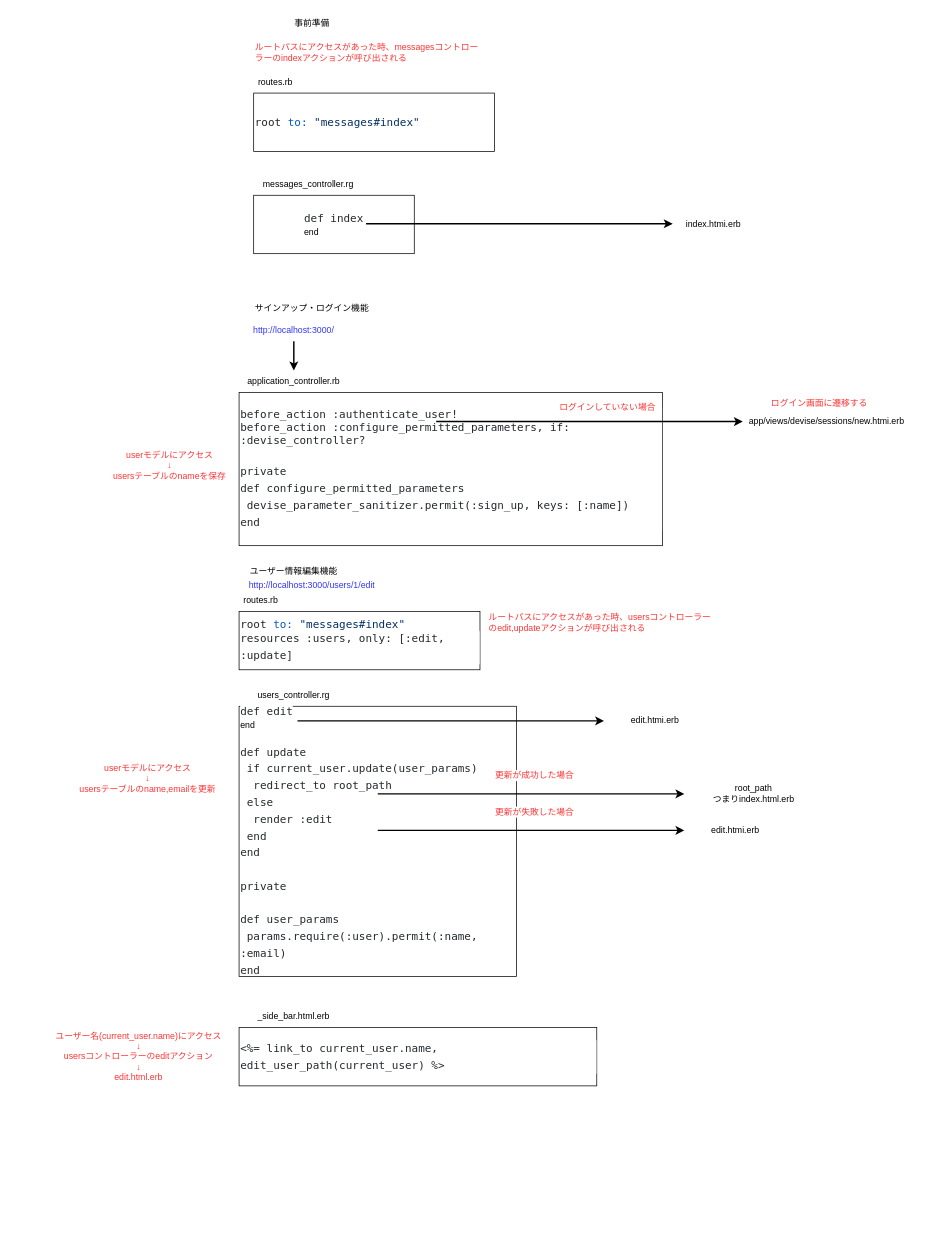
This is .dio from naoto7010code/chat-app3, a draw.io file, before an edit. Source tidied: cells renumbered, new cells numbered last; positions are measured from the earlier drawing's top-left corner, leaving out a move shared by most shapes. Both pictures are drawn from the tidied source at 73%, with x=0, y=0 at pixel (38, 12).
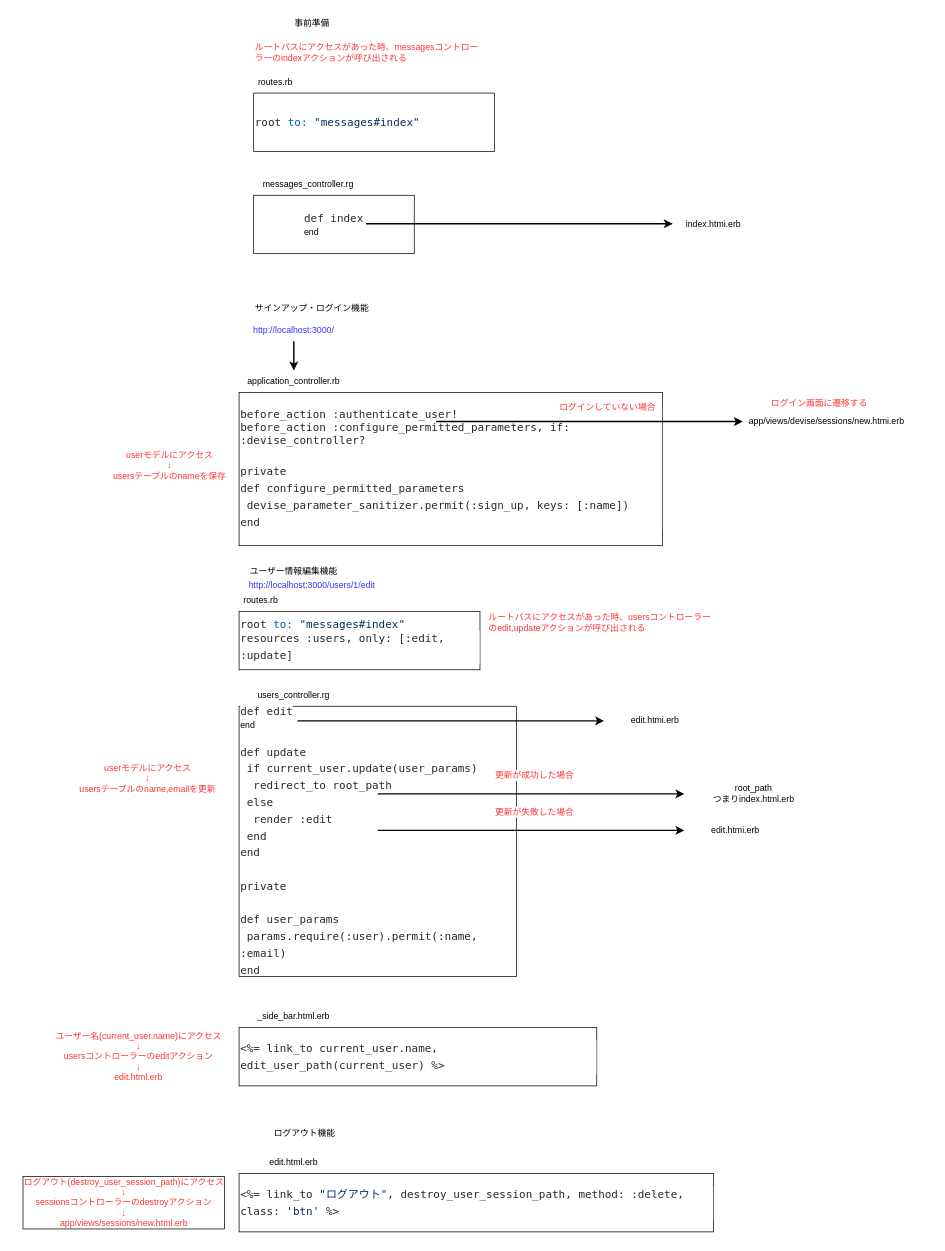
After the change.

Commit message (it also covers changes not shown here):
ログアウト機能の実装

The edit, as a diff of the source:
```diff
@@
+    <mxCell id="39" value="&lt;div style=&quot;color: rgb(36 , 41 , 46) ; background-color: rgb(255 , 255 , 255) ; font-family: &amp;#34;ricty diminished&amp;#34; , &amp;#34;menlo&amp;#34; , &amp;#34;monaco&amp;#34; , &amp;#34;courier new&amp;#34; , monospace ; font-size: 15px ; line-height: 23px&quot;&gt;&lt;div style=&quot;font-family: &amp;#34;ricty diminished&amp;#34; , &amp;#34;menlo&amp;#34; , &amp;#34;monaco&amp;#34; , &amp;#34;courier new&amp;#34; , monospace ; line-height: 23px&quot;&gt;&amp;lt;%= link_to &lt;span style=&quot;color: #032f62&quot;&gt;&quot;ログアウト&quot;&lt;/span&gt;, destroy_user_session_path, method: :delete, class: &lt;span style=&quot;color: #032f62&quot;&gt;'btn'&lt;/span&gt; %&amp;gt;&lt;/div&gt;&lt;/div&gt;" style="rounded=0;whiteSpace=wrap;html=1;align=left;" parent="1" vertex="1">
+      <mxGeometry x="275" y="1590" width="650" height="80" as="geometry" />
+    </mxCell>
+    <mxCell id="40" value="edit.html.erb" style="text;html=1;strokeColor=none;fillColor=none;align=center;verticalAlign=middle;whiteSpace=wrap;rounded=0;" parent="1" vertex="1">
+      <mxGeometry x="275" y="1560" width="150" height="30" as="geometry" />
+    </mxCell>
+    <mxCell id="41" value="ログアウト機能" style="text;html=1;strokeColor=none;fillColor=none;align=center;verticalAlign=middle;whiteSpace=wrap;rounded=0;" parent="1" vertex="1">
+      <mxGeometry x="275" y="1520" width="180" height="30" as="geometry" />
+    </mxCell>
+    <mxCell id="42" value="ログアウト(destroy_user_session_path)にアクセス&lt;br&gt;↓&lt;br&gt;sessionsコントローラーのdestroyアクション&lt;br&gt;↓&lt;br&gt;app/views/sessions/new.html.erb" style="text;html=1;strokeColor=none;fillColor=none;align=center;verticalAlign=middle;whiteSpace=wrap;rounded=0;fontColor=#FF3333;labelBackgroundColor=default;labelBorderColor=default;" parent="1" vertex="1">
+      <mxGeometry x="-35" y="1580" width="305" height="100" as="geometry" />
+    </mxCell>
```
